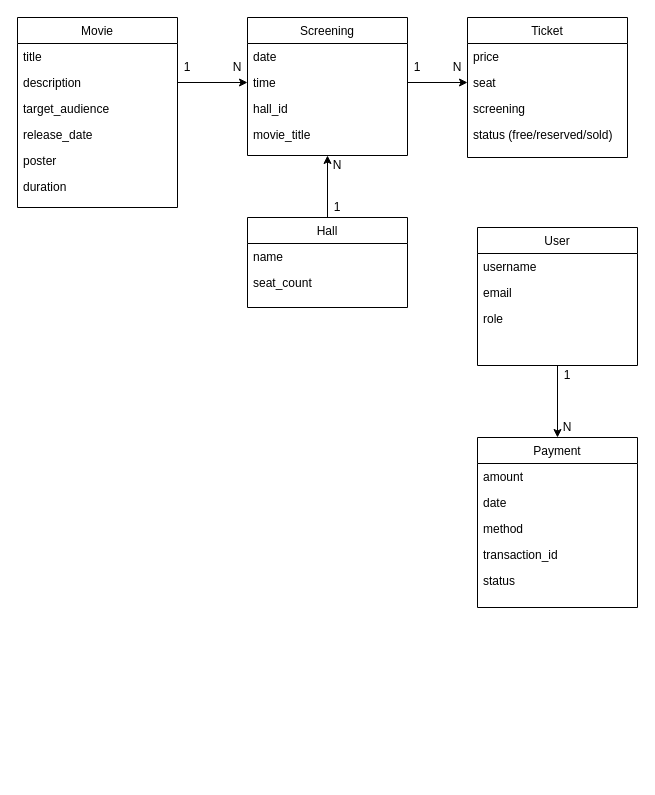
Before: Class Diagram.drawio in chirikkikik/cinema, a draw.io diagram. Source tidied: cells renumbered, new cells numbered last; positions are measured from the earlier drawing's top-left corner, leaving out a move shared by most shapes. Both pictures are drawn from the tidied source at 100%, with x=0, y=0 at pixel (17, 17).
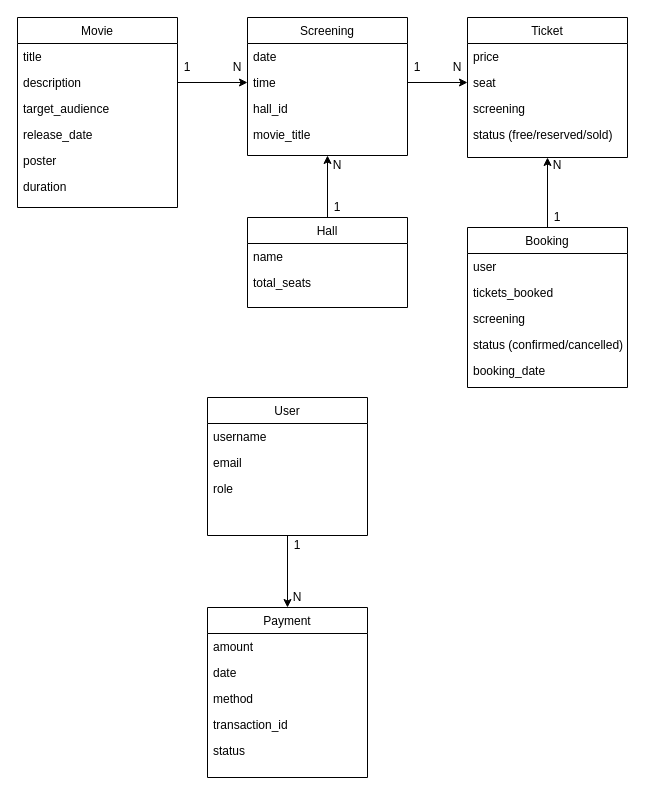
The same page after the edit.

The change refers to these unchanged cells:
```xml
<mxCell id="12" value="Ticket" style="swimlane;fontStyle=0;align=center;verticalAlign=top;horizontal=1;startSize=26;rounded=0;shadow=0;strokeWidth=1;" parent="1" vertex="1">
  <mxGeometry x="450" width="160" height="140" as="geometry" />
</mxCell>
<mxCell id="25" value="Hall" style="swimlane;fontStyle=0;align=center;verticalAlign=top;horizontal=1;startSize=26;rounded=0;shadow=0;strokeWidth=1;" parent="1" vertex="1">
  <mxGeometry x="230" y="200" width="160" height="90" as="geometry" />
</mxCell>
```

The edit, as a diff of the source:
```diff
@@
     <mxCell id="3" value="User" style="swimlane;fontStyle=0;align=center;verticalAlign=top;horizontal=1;startSize=26;rounded=0;shadow=0;strokeWidth=1;" parent="1" vertex="1">
-      <mxGeometry x="460" y="210" width="160" height="138" as="geometry" />
+      <mxGeometry x="190" y="380" width="160" height="138" as="geometry" />
     </mxCell>
@@
-    <mxCell id="27" value="seat_count" style="text;align=left;verticalAlign=top;spacingLeft=4;spacingRight=4;overflow=hidden;" parent="25" vertex="1">
+    <mxCell id="27" value="total_seats" style="text;align=left;verticalAlign=top;spacingLeft=4;spacingRight=4;overflow=hidden;" parent="25" vertex="1">
       <mxGeometry y="52" width="160" height="26" as="geometry" />
     </mxCell>
     <mxCell id="28" value="Payment" style="swimlane;fontStyle=0;align=center;verticalAlign=top;horizontal=1;startSize=26;rounded=0;shadow=0;strokeWidth=1;" parent="1" vertex="1">
-      <mxGeometry x="460" y="420" width="160" height="170" as="geometry" />
+      <mxGeometry x="190" y="590" width="160" height="170" as="geometry" />
     </mxCell>
@@
     <mxCell id="42" value="1" style="text;html=1;align=center;verticalAlign=middle;whiteSpace=wrap;rounded=0;" parent="1" vertex="1">
-      <mxGeometry x="540" y="348" width="20" height="20" as="geometry" />
+      <mxGeometry x="270" y="518" width="20" height="20" as="geometry" />
     </mxCell>
     <mxCell id="43" value="N" style="text;html=1;align=center;verticalAlign=middle;whiteSpace=wrap;rounded=0;" parent="1" vertex="1">
-      <mxGeometry x="540" y="400" width="20" height="20" as="geometry" />
+      <mxGeometry x="270" y="570" width="20" height="20" as="geometry" />
     </mxCell>
+    <mxCell id="44" style="edgeStyle=orthogonalEdgeStyle;rounded=0;jettySize=auto;html=1;entryX=0.5;entryY=1;entryDx=0;entryDy=0;" parent="1" edge="1" source="45" target="12">
+      <mxGeometry relative="1" as="geometry" />
+    </mxCell>
+    <mxCell id="45" value="Booking" style="swimlane;fontStyle=0;align=center;verticalAlign=top;horizontal=1;startSize=26;rounded=0;shadow=0;strokeWidth=1;" parent="1" vertex="1">
+      <mxGeometry x="450" y="210" width="160" height="160" as="geometry" />
+    </mxCell>
+    <mxCell id="46" value="user" style="text;align=left;verticalAlign=top;spacingLeft=4;spacingRight=4;overflow=hidden;" parent="45" vertex="1">
+      <mxGeometry y="26" width="160" height="26" as="geometry" />
+    </mxCell>
+    <mxCell id="47" value="tickets_booked" style="text;align=left;verticalAlign=top;spacingLeft=4;spacingRight=4;overflow=hidden;" parent="45" vertex="1">
+      <mxGeometry y="52" width="160" height="26" as="geometry" />
+    </mxCell>
+    <mxCell id="48" value="screening " style="text;align=left;verticalAlign=top;spacingLeft=4;spacingRight=4;overflow=hidden;" parent="45" vertex="1">
+      <mxGeometry y="78" width="160" height="26" as="geometry" />
+    </mxCell>
+    <mxCell id="49" value="status (confirmed/cancelled)" style="text;align=left;verticalAlign=top;spacingLeft=4;spacingRight=4;overflow=hidden;" parent="45" vertex="1">
+      <mxGeometry y="104" width="160" height="26" as="geometry" />
+    </mxCell>
+    <mxCell id="50" value="booking_date" style="text;align=left;verticalAlign=top;spacingLeft=4;spacingRight=4;overflow=hidden;" parent="45" vertex="1">
+      <mxGeometry y="130" width="160" height="26" as="geometry" />
+    </mxCell>
+    <mxCell id="51" value="1" style="text;html=1;align=center;verticalAlign=middle;whiteSpace=wrap;rounded=0;" parent="1" vertex="1">
+      <mxGeometry x="530" y="190" width="20" height="20" as="geometry" />
+    </mxCell>
+    <mxCell id="52" value="N" style="text;html=1;align=center;verticalAlign=middle;whiteSpace=wrap;rounded=0;" parent="1" vertex="1">
+      <mxGeometry x="530" y="138" width="20" height="20" as="geometry" />
+    </mxCell>
```
